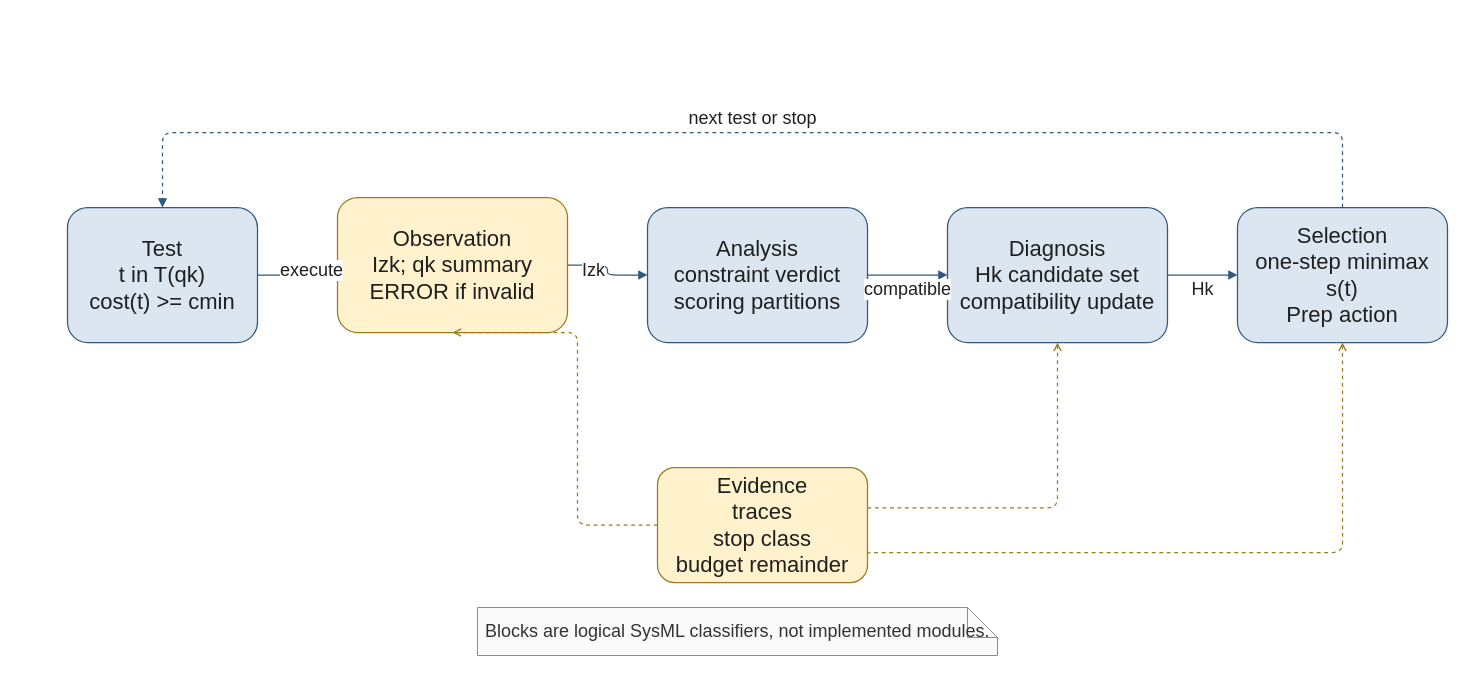
ZhangChi0727/arinc-615a-conformance keeps this draw.io diagram as docs/research/publication/models/drawio/FIG-CL-TAV-03-bdd.drawio. Above is the earlier version. Source tidied: cells renumbered, new cells numbered last; positions are measured from the earlier drawing's top-left corner, leaving out a move shared by most shapes. Both pictures are drawn from the tidied source at 100%, with x=0, y=0 at pixel (67, 132).
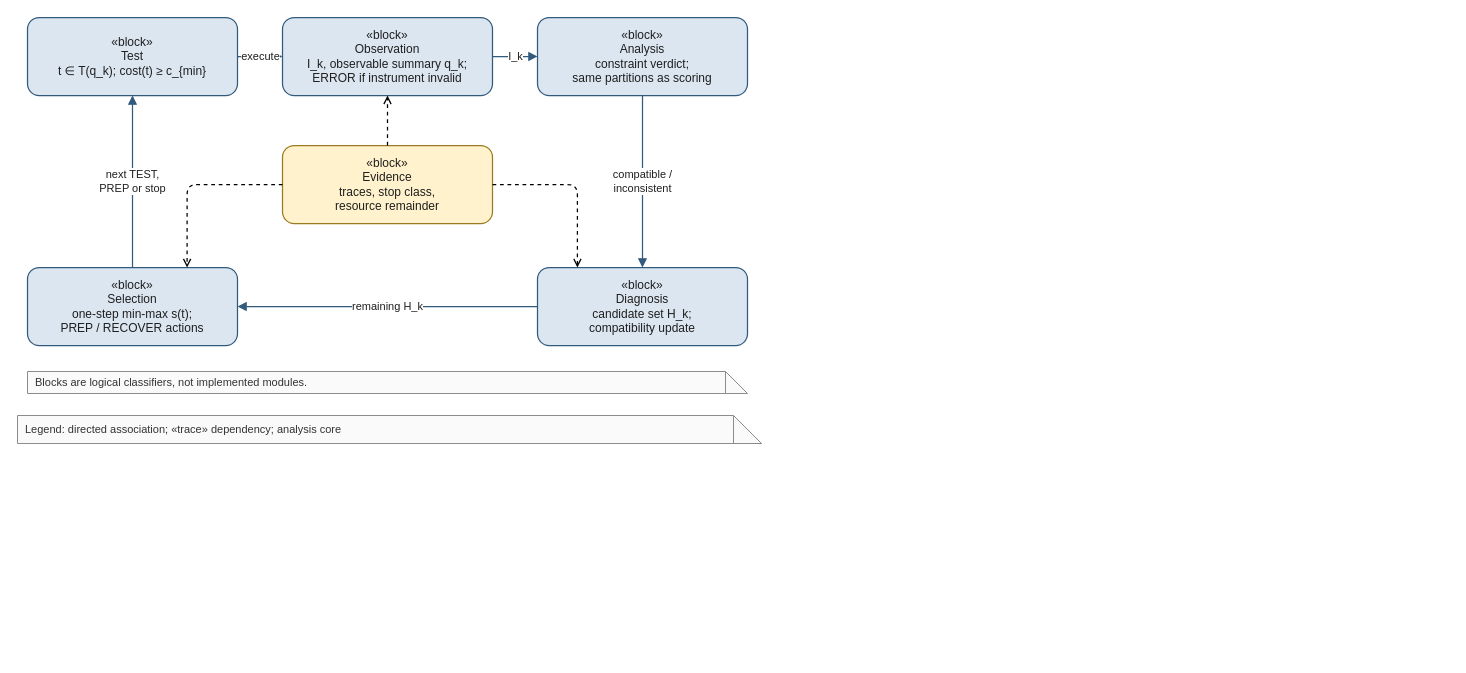
After the change.

Diff of the diagram source:
```diff
@@
-    <mxCell id="2" value="Test&lt;br&gt;t in T(qk)&lt;br&gt;cost(t) &amp;gt;= cmin" style="rounded=1;whiteSpace=wrap;html=1;fillColor=#DCE6F1;strokeColor=#315A7D;strokeWidth=1.25;fontFamily=Helvetica;fontSize=22;fontColor=#1F1F1F;align=center;verticalAlign=middle;spacing=6;shadow=0;glass=0;gradientColor=none;" parent="1" vertex="1">
-      <mxGeometry y="75" width="190" height="135" as="geometry" />
-    </mxCell>
-    <mxCell id="3" value="Observation&lt;br&gt;Izk; qk summary&lt;br&gt;ERROR if invalid" style="rounded=1;whiteSpace=wrap;html=1;fillColor=#FFF2CC;strokeColor=#9A7B1F;strokeWidth=1.25;fontFamily=Helvetica;fontSize=22;fontColor=#1F1F1F;align=center;verticalAlign=middle;spacing=6;shadow=0;glass=0;gradientColor=none;" parent="1" vertex="1">
-      <mxGeometry x="270" y="65" width="230" height="135" as="geometry" />
-    </mxCell>
-    <mxCell id="4" value="Analysis&lt;br&gt;constraint verdict&lt;br&gt;scoring partitions" style="rounded=1;whiteSpace=wrap;html=1;fillColor=#DCE6F1;strokeColor=#315A7D;strokeWidth=1.25;fontFamily=Helvetica;fontSize=22;fontColor=#1F1F1F;align=center;verticalAlign=middle;spacing=6;shadow=0;glass=0;gradientColor=none;" parent="1" vertex="1">
-      <mxGeometry x="580" y="75" width="220" height="135" as="geometry" />
-    </mxCell>
-    <mxCell id="5" value="Diagnosis&lt;br&gt;Hk candidate set&lt;br&gt;compatibility update" style="rounded=1;whiteSpace=wrap;html=1;fillColor=#DCE6F1;strokeColor=#315A7D;strokeWidth=1.25;fontFamily=Helvetica;fontSize=22;fontColor=#1F1F1F;align=center;verticalAlign=middle;spacing=6;shadow=0;glass=0;gradientColor=none;" parent="1" vertex="1">
-      <mxGeometry x="880" y="75" width="220" height="135" as="geometry" />
-    </mxCell>
-    <mxCell id="6" value="Selection&lt;br&gt;one-step minimax s(t)&lt;br&gt;Prep action" style="rounded=1;whiteSpace=wrap;html=1;fillColor=#DCE6F1;strokeColor=#315A7D;strokeWidth=1.25;fontFamily=Helvetica;fontSize=22;fontColor=#1F1F1F;align=center;verticalAlign=middle;spacing=6;shadow=0;glass=0;gradientColor=none;" parent="1" vertex="1">
-      <mxGeometry x="1170" y="75" width="210" height="135" as="geometry" />
-    </mxCell>
-    <mxCell id="7" value="Evidence&lt;br&gt;traces&lt;br&gt;stop class&lt;br&gt;budget remainder" style="rounded=1;whiteSpace=wrap;html=1;fillColor=#FFF2CC;strokeColor=#9A7B1F;strokeWidth=1.25;fontFamily=Helvetica;fontSize=22;fontColor=#1F1F1F;align=center;verticalAlign=middle;spacing=6;shadow=0;glass=0;gradientColor=none;" parent="1" vertex="1">
-      <mxGeometry x="590" y="335" width="210" height="115" as="geometry" />
-    </mxCell>
-    <mxCell id="8" value="Blocks are logical SysML classifiers, not implemented modules." style="shape=note;whiteSpace=wrap;html=1;fillColor=#FAFAFA;strokeColor=#8C8C8C;strokeWidth=1;fontFamily=Helvetica;fontSize=18;fontColor=#333333;align=left;verticalAlign=middle;spacing=8;shadow=0;glass=0;gradientColor=none;" parent="1" vertex="1">
-      <mxGeometry x="410" y="475" width="520" height="48" as="geometry" />
-    </mxCell>
+    <mxCell id="17" value="«block»&lt;br&gt;Test&lt;br&gt;t ∈ T(q_k);  cost(t) ≥ c_{min}" style="rounded=1;whiteSpace=wrap;html=1;fillColor=#DCE6F1;strokeColor=#315A7D;strokeWidth=1.25;fontFamily=Helvetica;fontSize=12;fontColor=#1F1F1F;align=center;verticalAlign=middle;spacing=6;shadow=0;glass=0;gradientColor=none;" parent="1" vertex="1">
+      <mxGeometry x="-40" y="-115" width="210" height="78" as="geometry" />
+    </mxCell>
+    <mxCell id="18" value="«block»&lt;br&gt;Observation&lt;br&gt;I_k, observable summary q_k;&lt;br&gt;ERROR if instrument invalid" style="rounded=1;whiteSpace=wrap;html=1;fillColor=#DCE6F1;strokeColor=#315A7D;strokeWidth=1.25;fontFamily=Helvetica;fontSize=12;fontColor=#1F1F1F;align=center;verticalAlign=middle;spacing=6;shadow=0;glass=0;gradientColor=none;" parent="1" vertex="1">
+      <mxGeometry x="215" y="-115" width="210" height="78" as="geometry" />
+    </mxCell>
+    <mxCell id="19" value="«block»&lt;br&gt;Analysis&lt;br&gt;constraint verdict;&lt;br&gt;same partitions as scoring" style="rounded=1;whiteSpace=wrap;html=1;fillColor=#DCE6F1;strokeColor=#315A7D;strokeWidth=1.25;fontFamily=Helvetica;fontSize=12;fontColor=#1F1F1F;align=center;verticalAlign=middle;spacing=6;shadow=0;glass=0;gradientColor=none;" parent="1" vertex="1">
+      <mxGeometry x="470" y="-115" width="210" height="78" as="geometry" />
+    </mxCell>
+    <mxCell id="20" value="«block»&lt;br&gt;Diagnosis&lt;br&gt;candidate set H_k;&lt;br&gt;compatibility update" style="rounded=1;whiteSpace=wrap;html=1;fillColor=#DCE6F1;strokeColor=#315A7D;strokeWidth=1.25;fontFamily=Helvetica;fontSize=12;fontColor=#1F1F1F;align=center;verticalAlign=middle;spacing=6;shadow=0;glass=0;gradientColor=none;" parent="1" vertex="1">
+      <mxGeometry x="470" y="135" width="210" height="78" as="geometry" />
+    </mxCell>
+    <mxCell id="21" value="«block»&lt;br&gt;Selection&lt;br&gt;one-step min-max s(t);&lt;br&gt;PREP / RECOVER actions" style="rounded=1;whiteSpace=wrap;html=1;fillColor=#DCE6F1;strokeColor=#315A7D;strokeWidth=1.25;fontFamily=Helvetica;fontSize=12;fontColor=#1F1F1F;align=center;verticalAlign=middle;spacing=6;shadow=0;glass=0;gradientColor=none;" parent="1" vertex="1">
+      <mxGeometry x="-40" y="135" width="210" height="78" as="geometry" />
+    </mxCell>
+    <mxCell id="22" value="«block»&lt;br&gt;Evidence&lt;br&gt;traces, stop class,&lt;br&gt;resource remainder" style="rounded=1;whiteSpace=wrap;html=1;fillColor=#FFF2CC;strokeColor=#9A7B1F;strokeWidth=1.25;fontFamily=Helvetica;fontSize=12;fontColor=#1F1F1F;align=center;verticalAlign=middle;spacing=6;shadow=0;glass=0;gradientColor=none;" parent="1" vertex="1">
+      <mxGeometry x="215" y="13" width="210" height="78" as="geometry" />
+    </mxCell>
+    <mxCell id="23" value="Blocks are logical classifiers, not implemented modules." style="shape=note;whiteSpace=wrap;html=1;fillColor=#FAFAFA;strokeColor=#8C8C8C;strokeWidth=1;fontFamily=Helvetica;fontSize=11;fontColor=#333333;align=left;verticalAlign=middle;spacing=8;shadow=0;glass=0;gradientColor=none;" parent="1" vertex="1">
+      <mxGeometry x="-40" y="239" width="720" height="22" as="geometry" />
+    </mxCell>
+    <mxCell id="24" value="Legend: directed association; «trace» dependency; analysis core" style="shape=note;whiteSpace=wrap;html=1;fillColor=#FAFAFA;strokeColor=#8C8C8C;strokeWidth=1;fontFamily=Helvetica;fontSize=11;fontColor=#333333;align=left;verticalAlign=middle;spacing=8;shadow=0;glass=0;gradientColor=none;" parent="1" vertex="1">
+      <mxGeometry x="-50" y="283" width="744" height="28" as="geometry" />
+    </mxCell>
-    <mxCell id="9" value="execute" style="edgeStyle=orthogonalEdgeStyle;rounded=1;jettySize=auto;html=1;strokeWidth=1.25;fontFamily=Helvetica;fontSize=18;fontColor=#1F1F1F;labelBackgroundColor=#FFFFFF;endArrow=block;strokeColor=#315A7D;exitX=1;exitY=0.5;entryX=0;entryY=0.5;exitDx=0;exitDy=0;exitPerimeter=1;entryDx=0;entryDy=0;entryPerimeter=1;" parent="1" edge="1" source="2" target="3">
-      <mxGeometry y="-14" relative="1" as="geometry" />
+    <mxCell id="9" value="execute" style="edgeStyle=orthogonalEdgeStyle;rounded=1;jettySize=auto;html=1;strokeWidth=1.25;fontFamily=Helvetica;fontSize=11;fontColor=#1F1F1F;labelBackgroundColor=#FFFFFF;endArrow=block;strokeColor=#315A7D;exitX=1;exitY=0.5;entryX=0;entryY=0.5;exitDx=0;exitDy=0;exitPerimeter=1;entryDx=0;entryDy=0;entryPerimeter=1;" parent="1" edge="1" source="17" target="18">
+      <mxGeometry relative="1" as="geometry" />
     </mxCell>
-    <mxCell id="10" value="Izk" style="edgeStyle=orthogonalEdgeStyle;rounded=1;jettySize=auto;html=1;strokeWidth=1.25;fontFamily=Helvetica;fontSize=18;fontColor=#1F1F1F;labelBackgroundColor=#FFFFFF;endArrow=block;strokeColor=#315A7D;exitX=1;exitY=0.5;entryX=0;entryY=0.5;exitDx=0;exitDy=0;exitPerimeter=1;entryDx=0;entryDy=0;entryPerimeter=1;" parent="1" edge="1" source="3" target="4">
-      <mxGeometry y="-14" relative="1" as="geometry" />
-    </mxCell>
-    <mxCell id="11" value="compatible" style="edgeStyle=orthogonalEdgeStyle;rounded=1;jettySize=auto;html=1;strokeWidth=1.25;fontFamily=Helvetica;fontSize=18;fontColor=#1F1F1F;labelBackgroundColor=#FFFFFF;endArrow=block;strokeColor=#315A7D;exitX=1;exitY=0.5;entryX=0;entryY=0.5;exitDx=0;exitDy=0;exitPerimeter=1;entryDx=0;entryDy=0;entryPerimeter=1;" parent="1" edge="1" source="4" target="5">
-      <mxGeometry y="-14" relative="1" as="geometry" />
-    </mxCell>
-    <mxCell id="12" value="Hk" style="edgeStyle=orthogonalEdgeStyle;rounded=1;jettySize=auto;html=1;strokeWidth=1.25;fontFamily=Helvetica;fontSize=18;fontColor=#1F1F1F;labelBackgroundColor=#FFFFFF;endArrow=block;strokeColor=#315A7D;exitX=1;exitY=0.5;entryX=0;entryY=0.5;exitDx=0;exitDy=0;exitPerimeter=1;entryDx=0;entryDy=0;entryPerimeter=1;" parent="1" edge="1" source="5" target="6">
-      <mxGeometry y="-14" relative="1" as="geometry" />
-    </mxCell>
-    <mxCell id="13" value="next test or stop" style="edgeStyle=orthogonalEdgeStyle;rounded=1;jettySize=auto;html=1;strokeWidth=1.25;fontFamily=Helvetica;fontSize=18;fontColor=#1F1F1F;labelBackgroundColor=#FFFFFF;dashed=1;endArrow=block;strokeColor=#315A7D;exitX=0.5;exitY=0;entryX=0.5;entryY=0;exitDx=0;exitDy=0;exitPerimeter=1;entryDx=0;entryDy=0;entryPerimeter=1;" parent="1" edge="1" source="6" target="2">
-      <mxGeometry y="-14" relative="1" as="geometry">
-        <Array as="points">
-          <mxPoint x="1275" />
-          <mxPoint x="95" />
-        </Array>
-      </mxGeometry>
-    </mxCell>
-    <mxCell id="14" style="edgeStyle=orthogonalEdgeStyle;rounded=1;jettySize=auto;html=1;strokeWidth=1.25;fontFamily=Helvetica;fontSize=18;fontColor=#1F1F1F;labelBackgroundColor=#FFFFFF;dashed=1;endArrow=open;strokeColor=#9A7B1F;exitX=0;exitY=0.5;entryX=0.5;entryY=1;exitDx=0;exitDy=0;exitPerimeter=1;entryDx=0;entryDy=0;entryPerimeter=1;" parent="1" edge="1" source="7" target="3">
-      <mxGeometry relative="1" as="geometry">
-        <Array as="points">
-          <mxPoint x="510" y="393" />
-        </Array>
-      </mxGeometry>
-    </mxCell>
-    <mxCell id="15" style="edgeStyle=orthogonalEdgeStyle;rounded=1;jettySize=auto;html=1;strokeWidth=1.25;fontFamily=Helvetica;fontSize=18;fontColor=#1F1F1F;labelBackgroundColor=#FFFFFF;dashed=1;endArrow=open;strokeColor=#9A7B1F;exitX=1;exitY=0.35;entryX=0.5;entryY=1;exitDx=0;exitDy=0;exitPerimeter=1;entryDx=0;entryDy=0;entryPerimeter=1;" parent="1" edge="1" source="7" target="5">
-      <mxGeometry relative="1" as="geometry">
-        <Array as="points">
-          <mxPoint x="990" y="375" />
-        </Array>
-      </mxGeometry>
-    </mxCell>
-    <mxCell id="16" style="edgeStyle=orthogonalEdgeStyle;rounded=1;jettySize=auto;html=1;strokeWidth=1.25;fontFamily=Helvetica;fontSize=18;fontColor=#1F1F1F;labelBackgroundColor=#FFFFFF;dashed=1;endArrow=open;strokeColor=#9A7B1F;exitX=1;exitY=0.75;entryX=0.5;entryY=1;exitDx=0;exitDy=0;exitPerimeter=1;entryDx=0;entryDy=0;entryPerimeter=1;" parent="1" edge="1" source="7" target="6">
-      <mxGeometry relative="1" as="geometry">
-        <Array as="points">
-          <mxPoint x="1275" y="420" />
-        </Array>
-      </mxGeometry>
-    </mxCell>
+    <mxCell id="25" value="I_k" style="edgeStyle=orthogonalEdgeStyle;rounded=1;jettySize=auto;html=1;strokeWidth=1.25;fontFamily=Helvetica;fontSize=11;fontColor=#1F1F1F;labelBackgroundColor=#FFFFFF;endArrow=block;strokeColor=#315A7D;exitX=1;exitY=0.5;entryX=0;entryY=0.5;exitDx=0;exitDy=0;exitPerimeter=1;entryDx=0;entryDy=0;entryPerimeter=1;" parent="1" edge="1" source="18" target="19">
+      <mxGeometry relative="1" as="geometry" />
+    </mxCell>
+    <mxCell id="26" value="compatible /&lt;br&gt;inconsistent" style="edgeStyle=orthogonalEdgeStyle;rounded=1;jettySize=auto;html=1;strokeWidth=1.25;fontFamily=Helvetica;fontSize=11;fontColor=#1F1F1F;labelBackgroundColor=#FFFFFF;endArrow=block;strokeColor=#315A7D;exitX=0.5;exitY=1;entryX=0.5;entryY=0;exitDx=0;exitDy=0;exitPerimeter=1;entryDx=0;entryDy=0;entryPerimeter=1;" parent="1" edge="1" source="19" target="20">
+      <mxGeometry relative="1" as="geometry" />
+    </mxCell>
+    <mxCell id="27" value="remaining H_k" style="edgeStyle=orthogonalEdgeStyle;rounded=1;jettySize=auto;html=1;strokeWidth=1.25;fontFamily=Helvetica;fontSize=11;fontColor=#1F1F1F;labelBackgroundColor=#FFFFFF;endArrow=block;strokeColor=#315A7D;exitX=0;exitY=0.5;entryX=1;entryY=0.5;exitDx=0;exitDy=0;exitPerimeter=1;entryDx=0;entryDy=0;entryPerimeter=1;" parent="1" edge="1" source="20" target="21">
+      <mxGeometry relative="1" as="geometry" />
+    </mxCell>
+    <mxCell id="28" value="next TEST,&lt;br&gt;PREP or stop" style="edgeStyle=orthogonalEdgeStyle;rounded=1;jettySize=auto;html=1;strokeWidth=1.25;fontFamily=Helvetica;fontSize=11;fontColor=#1F1F1F;labelBackgroundColor=#FFFFFF;endArrow=block;strokeColor=#315A7D;exitX=0.5;exitY=0;entryX=0.5;entryY=1;exitDx=0;exitDy=0;exitPerimeter=1;entryDx=0;entryDy=0;entryPerimeter=1;" parent="1" edge="1" source="21" target="17">
+      <mxGeometry relative="1" as="geometry" />
+    </mxCell>
+    <mxCell id="29" style="edgeStyle=orthogonalEdgeStyle;rounded=1;jettySize=auto;html=1;strokeWidth=1.25;fontFamily=Helvetica;fontSize=11;fontColor=#1F1F1F;labelBackgroundColor=#FFFFFF;dashed=1;endArrow=open;exitX=0.5;exitY=0;entryX=0.5;entryY=1;exitDx=0;exitDy=0;exitPerimeter=1;entryDx=0;entryDy=0;entryPerimeter=1;" parent="1" edge="1" source="22" target="18">
+      <mxGeometry relative="1" as="geometry" />
+    </mxCell>
+    <mxCell id="30" style="edgeStyle=orthogonalEdgeStyle;rounded=1;jettySize=auto;html=1;strokeWidth=1.25;fontFamily=Helvetica;fontSize=11;fontColor=#1F1F1F;labelBackgroundColor=#FFFFFF;dashed=1;endArrow=open;exitX=0;exitY=0.5;entryX=0.76;entryY=0;exitDx=0;exitDy=0;exitPerimeter=1;entryDx=0;entryDy=0;entryPerimeter=1;" parent="1" edge="1" source="22" target="21">
+      <mxGeometry relative="1" as="geometry">
+        <Array as="points">
+          <mxPoint x="120" y="52" />
+        </Array>
+      </mxGeometry>
+    </mxCell>
+    <mxCell id="31" style="edgeStyle=orthogonalEdgeStyle;rounded=1;jettySize=auto;html=1;strokeWidth=1.25;fontFamily=Helvetica;fontSize=11;fontColor=#1F1F1F;labelBackgroundColor=#FFFFFF;dashed=1;endArrow=open;exitX=1;exitY=0.5;entryX=0.19;entryY=0;exitDx=0;exitDy=0;exitPerimeter=1;entryDx=0;entryDy=0;entryPerimeter=1;" parent="1" edge="1" source="22" target="20">
+      <mxGeometry relative="1" as="geometry">
+        <Array as="points">
+          <mxPoint x="510" y="52" />
+        </Array>
+      </mxGeometry>
+    </mxCell>
```
